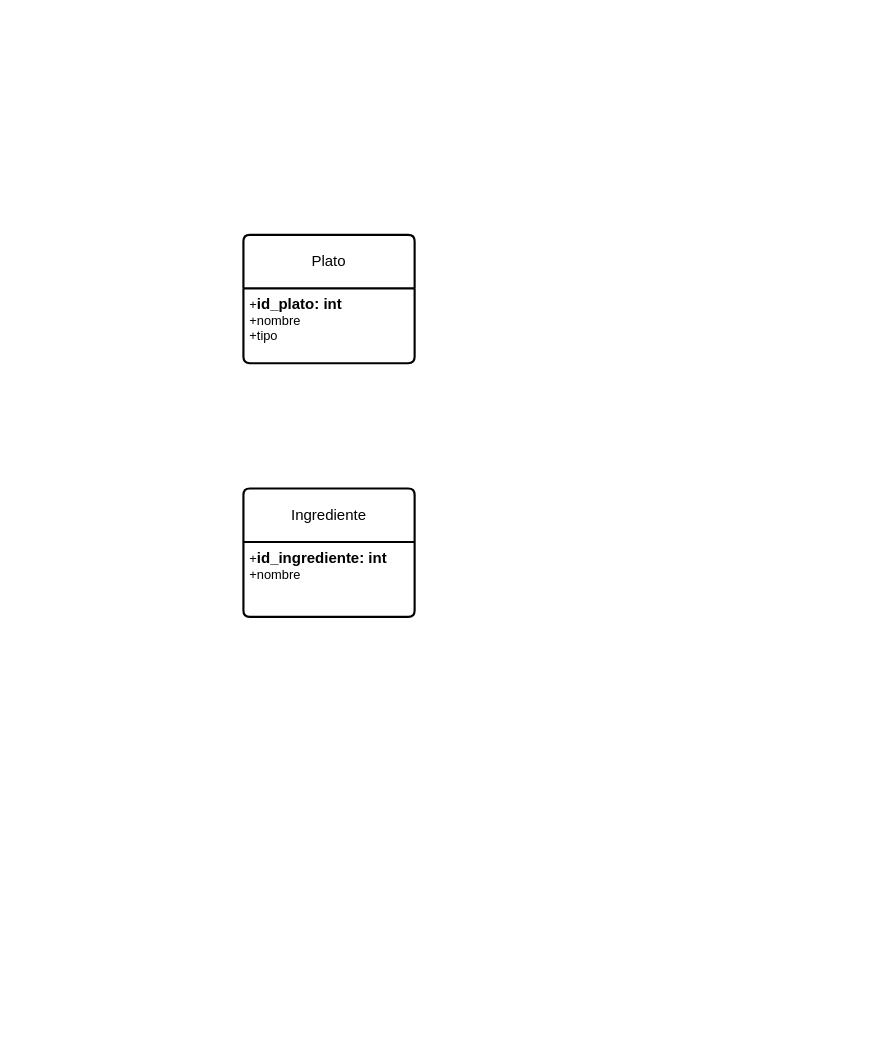
AsierGArranz/aga-sru-sa-t-UD12DiagramaER-11102023 keeps this draw.io diagram as ejercicio13.drawio. Above is the earlier version. Source tidied: cells renumbered, new cells numbered last; positions are measured from the earlier drawing's top-left corner, leaving out a move shared by most shapes. Both pictures are drawn from the tidied source at 107%, with x=0, y=0 at pixel (243, 234).
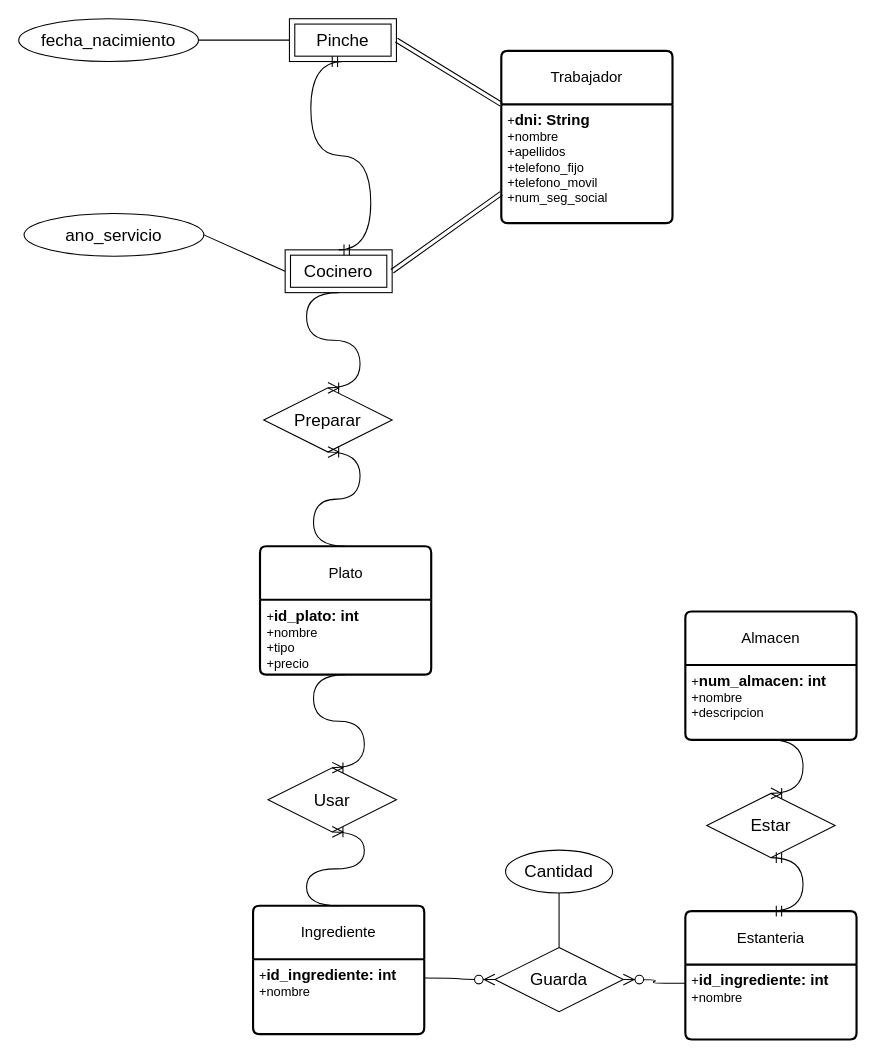
The same page after the edit.

The change refers to these unchanged cells:
```xml
<mxCell id="5" value="+&lt;b&gt;&lt;font style=&quot;font-size: 14px;&quot;&gt;id_ingrediente: int&lt;/font&gt;&lt;/b&gt;&lt;br&gt;+nombre" style="align=left;strokeColor=none;fillColor=none;spacingLeft=4;fontSize=12;verticalAlign=top;html=1;" parent="4" vertex="1">
  <mxGeometry y="50" width="160" height="70" as="geometry" />
</mxCell>
```

The edit, as a diff of the source:
```diff
@@
     <mxCell id="2" value="Plato" style="swimlane;horizontal=1;startSize=50;rounded=1;fontSize=14;fontStyle=0;strokeWidth=2;shadow=0;dashed=0;align=center;arcSize=4;whiteSpace=wrap;html=1;" parent="1" vertex="1">
-      <mxGeometry width="160" height="120" as="geometry" />
+      <mxGeometry x="15.5" y="291" width="160" height="120" as="geometry" />
     </mxCell>
-    <mxCell id="3" value="+&lt;b&gt;&lt;font style=&quot;font-size: 14px;&quot;&gt;id_plato: int&lt;/font&gt;&lt;/b&gt;&lt;br&gt;+nombre&lt;br&gt;+tipo" style="align=left;strokeColor=none;fillColor=none;spacingLeft=4;fontSize=12;verticalAlign=top;html=1;" parent="2" vertex="1">
+    <mxCell id="3" value="+&lt;b&gt;&lt;font style=&quot;font-size: 14px;&quot;&gt;id_plato: int&lt;/font&gt;&lt;/b&gt;&lt;br&gt;+nombre&lt;br&gt;+tipo&lt;br&gt;+precio" style="align=left;strokeColor=none;fillColor=none;spacingLeft=4;fontSize=12;verticalAlign=top;html=1;" parent="2" vertex="1">
       <mxGeometry y="50" width="160" height="70" as="geometry" />
     </mxCell>
     <mxCell id="4" value="Ingrediente" style="swimlane;horizontal=1;startSize=50;rounded=1;fontSize=14;fontStyle=0;strokeWidth=2;shadow=0;dashed=0;align=center;arcSize=4;whiteSpace=wrap;html=1;" parent="1" vertex="1">
-      <mxGeometry y="237" width="160" height="120" as="geometry" />
+      <mxGeometry x="9" y="627" width="160" height="120" as="geometry" />
     </mxCell>
@@
+    <mxCell id="6" value="Trabajador" style="swimlane;horizontal=1;startSize=50;rounded=1;fontSize=14;fontStyle=0;strokeWidth=2;shadow=0;dashed=0;align=center;arcSize=4;whiteSpace=wrap;html=1;" parent="1" vertex="1">
+      <mxGeometry x="241" y="-172" width="160" height="161" as="geometry" />
+    </mxCell>
+    <mxCell id="7" value="+&lt;b&gt;&lt;font style=&quot;font-size: 14px;&quot;&gt;dni: String&lt;/font&gt;&lt;/b&gt;&lt;br&gt;+nombre&lt;br&gt;+apellidos&lt;br&gt;+telefono_fijo&lt;br&gt;+telefono_movil&lt;br&gt;+num_seg_social" style="align=left;strokeColor=none;fillColor=none;spacingLeft=4;fontSize=12;verticalAlign=top;html=1;" parent="6" vertex="1">
+      <mxGeometry y="50" width="160" height="111" as="geometry" />
+    </mxCell>
+    <mxCell id="8" value="Cocinero" style="shape=ext;margin=3;double=1;whiteSpace=wrap;html=1;align=center;fontSize=16;" parent="1" vertex="1">
+      <mxGeometry x="39" y="14" width="100" height="40" as="geometry" />
+    </mxCell>
+    <mxCell id="9" value="Pinche" style="shape=ext;margin=3;double=1;whiteSpace=wrap;html=1;align=center;fontSize=16;" parent="1" vertex="1">
+      <mxGeometry x="43" y="-202" width="100" height="40" as="geometry" />
+    </mxCell>
+    <mxCell id="10" style="shape=link;html=1;rounded=0;fontSize=12;startSize=8;endSize=8;curved=1;entryX=0;entryY=0;entryDx=0;entryDy=0;exitX=1;exitY=0.5;exitDx=0;exitDy=0;" parent="1" edge="1" source="9" target="7">
+      <mxGeometry relative="1" as="geometry" />
+    </mxCell>
+    <mxCell id="11" style="shape=link;html=1;rounded=0;fontSize=12;startSize=8;endSize=8;curved=1;entryX=0;entryY=0.75;entryDx=0;entryDy=0;exitX=1;exitY=0.5;exitDx=0;exitDy=0;" parent="1" edge="1" source="8" target="7">
+      <mxGeometry relative="1" as="geometry" />
+    </mxCell>
+    <mxCell id="12" value="fecha_nacimiento" style="ellipse;whiteSpace=wrap;html=1;align=center;fontSize=16;" parent="1" vertex="1">
+      <mxGeometry x="-210" y="-202" width="168" height="40" as="geometry" />
+    </mxCell>
+    <mxCell id="13" value="ano_servicio" style="ellipse;whiteSpace=wrap;html=1;align=center;fontSize=16;" parent="1" vertex="1">
+      <mxGeometry x="-205" y="-20" width="168" height="40" as="geometry" />
+    </mxCell>
+    <mxCell id="14" style="endArrow=none;html=1;rounded=0;fontSize=12;startSize=8;endSize=8;curved=1;exitX=1;exitY=0.5;exitDx=0;exitDy=0;entryX=0;entryY=0.5;entryDx=0;entryDy=0;" parent="1" edge="1" source="12" target="9">
+      <mxGeometry relative="1" as="geometry" />
+    </mxCell>
+    <mxCell id="15" style="endArrow=none;html=1;rounded=0;fontSize=12;startSize=8;endSize=8;curved=1;exitX=1;exitY=0.5;exitDx=0;exitDy=0;entryX=0;entryY=0.5;entryDx=0;entryDy=0;" parent="1" edge="1" source="13" target="8">
+      <mxGeometry relative="1" as="geometry" />
+    </mxCell>
+    <mxCell id="16" value="Preparar" style="shape=rhombus;perimeter=rhombusPerimeter;whiteSpace=wrap;html=1;align=center;fontSize=16;" parent="1" vertex="1">
+      <mxGeometry x="19" y="143" width="120" height="60" as="geometry" />
+    </mxCell>
+    <mxCell id="17" style="edgeStyle=entityRelationEdgeStyle;fontSize=12;html=1;endArrow=ERmandOne;startArrow=ERmandOne;rounded=0;startSize=8;endSize=8;curved=1;entryX=0.5;entryY=1;entryDx=0;entryDy=0;exitX=0.5;exitY=0;exitDx=0;exitDy=0;" parent="1" edge="1" source="8" target="9">
+      <mxGeometry relative="1" as="geometry">
+        <Array as="points">
+          <mxPoint x="102" y="-79.5" />
+        </Array>
+      </mxGeometry>
+    </mxCell>
+    <mxCell id="18" style="edgeStyle=entityRelationEdgeStyle;fontSize=12;html=1;endArrow=ERoneToMany;rounded=0;startSize=8;endSize=8;curved=1;exitX=0.5;exitY=1;exitDx=0;exitDy=0;entryX=0.5;entryY=0;entryDx=0;entryDy=0;" parent="1" edge="1" source="8" target="16">
+      <mxGeometry relative="1" as="geometry" />
+    </mxCell>
+    <mxCell id="19" style="edgeStyle=entityRelationEdgeStyle;fontSize=12;html=1;endArrow=ERoneToMany;rounded=0;startSize=8;endSize=8;curved=1;exitX=0.5;exitY=0;exitDx=0;exitDy=0;entryX=0.5;entryY=1;entryDx=0;entryDy=0;" parent="1" edge="1" source="2" target="16">
+      <mxGeometry relative="1" as="geometry" />
+    </mxCell>
+    <mxCell id="20" value="Usar" style="shape=rhombus;perimeter=rhombusPerimeter;whiteSpace=wrap;html=1;align=center;fontSize=16;" parent="1" vertex="1">
+      <mxGeometry x="23" y="498" width="120" height="60" as="geometry" />
+    </mxCell>
+    <mxCell id="21" style="edgeStyle=entityRelationEdgeStyle;fontSize=12;html=1;endArrow=ERoneToMany;rounded=0;startSize=8;endSize=8;curved=1;exitX=0.5;exitY=1;exitDx=0;exitDy=0;entryX=0.5;entryY=0;entryDx=0;entryDy=0;" parent="1" edge="1" source="3" target="20">
+      <mxGeometry relative="1" as="geometry" />
+    </mxCell>
+    <mxCell id="22" style="edgeStyle=entityRelationEdgeStyle;fontSize=12;html=1;endArrow=ERoneToMany;rounded=0;startSize=8;endSize=8;curved=1;exitX=0.5;exitY=0;exitDx=0;exitDy=0;entryX=0.5;entryY=1;entryDx=0;entryDy=0;" parent="1" edge="1" source="4" target="20">
+      <mxGeometry relative="1" as="geometry" />
+    </mxCell>
+    <mxCell id="23" value="Estanteria" style="swimlane;horizontal=1;startSize=50;rounded=1;fontSize=14;fontStyle=0;strokeWidth=2;shadow=0;dashed=0;align=center;arcSize=4;whiteSpace=wrap;html=1;" parent="1" vertex="1">
+      <mxGeometry x="413" y="632" width="160" height="120" as="geometry" />
+    </mxCell>
+    <mxCell id="24" value="+&lt;b&gt;&lt;font style=&quot;font-size: 14px;&quot;&gt;id_ingrediente: int&lt;/font&gt;&lt;/b&gt;&lt;br&gt;+nombre" style="align=left;strokeColor=none;fillColor=none;spacingLeft=4;fontSize=12;verticalAlign=top;html=1;" parent="23" vertex="1">
+      <mxGeometry y="50" width="160" height="70" as="geometry" />
+    </mxCell>
+    <mxCell id="25" value="Guarda" style="shape=rhombus;perimeter=rhombusPerimeter;whiteSpace=wrap;html=1;align=center;fontSize=16;" parent="1" vertex="1">
+      <mxGeometry x="235" y="666" width="120" height="60" as="geometry" />
+    </mxCell>
+    <mxCell id="26" style="edgeStyle=entityRelationEdgeStyle;fontSize=12;html=1;endArrow=ERzeroToMany;endFill=1;rounded=0;startSize=8;endSize=8;curved=1;exitX=1;exitY=0.25;exitDx=0;exitDy=0;entryX=0;entryY=0.5;entryDx=0;entryDy=0;" parent="1" edge="1" source="5" target="25">
+      <mxGeometry relative="1" as="geometry" />
+    </mxCell>
+    <mxCell id="27" style="edgeStyle=entityRelationEdgeStyle;fontSize=12;html=1;endArrow=ERzeroToMany;endFill=1;rounded=0;startSize=8;endSize=8;curved=1;exitX=0;exitY=0.25;exitDx=0;exitDy=0;entryX=1;entryY=0.5;entryDx=0;entryDy=0;" parent="1" edge="1" source="24" target="25">
+      <mxGeometry relative="1" as="geometry" />
+    </mxCell>
+    <mxCell id="28" value="Cantidad" style="ellipse;whiteSpace=wrap;html=1;align=center;fontSize=16;" parent="1" vertex="1">
+      <mxGeometry x="245" y="575" width="100" height="40" as="geometry" />
+    </mxCell>
+    <mxCell id="29" style="endArrow=none;html=1;rounded=0;fontSize=12;startSize=8;endSize=8;curved=1;exitX=0.5;exitY=1;exitDx=0;exitDy=0;entryX=0.5;entryY=0;entryDx=0;entryDy=0;" parent="1" edge="1" source="28" target="25">
+      <mxGeometry relative="1" as="geometry" />
+    </mxCell>
+    <mxCell id="30" value="Almacen" style="swimlane;horizontal=1;startSize=50;rounded=1;fontSize=14;fontStyle=0;strokeWidth=2;shadow=0;dashed=0;align=center;arcSize=4;whiteSpace=wrap;html=1;" parent="1" vertex="1">
+      <mxGeometry x="413" y="352" width="160" height="120" as="geometry" />
+    </mxCell>
+    <mxCell id="31" value="+&lt;b&gt;&lt;font style=&quot;font-size: 14px;&quot;&gt;num_almacen: int&lt;/font&gt;&lt;/b&gt;&lt;br&gt;+nombre&lt;br&gt;+descripcion" style="align=left;strokeColor=none;fillColor=none;spacingLeft=4;fontSize=12;verticalAlign=top;html=1;" parent="30" vertex="1">
+      <mxGeometry y="50" width="160" height="70" as="geometry" />
+    </mxCell>
+    <mxCell id="32" value="Estar" style="shape=rhombus;perimeter=rhombusPerimeter;whiteSpace=wrap;html=1;align=center;fontSize=16;" parent="1" vertex="1">
+      <mxGeometry x="433" y="522" width="120" height="60" as="geometry" />
+    </mxCell>
+    <mxCell id="33" style="edgeStyle=entityRelationEdgeStyle;fontSize=12;html=1;endArrow=ERmandOne;startArrow=ERmandOne;rounded=0;startSize=8;endSize=8;curved=1;exitX=0.5;exitY=0;exitDx=0;exitDy=0;entryX=0.5;entryY=1;entryDx=0;entryDy=0;" parent="1" edge="1" source="23" target="32">
+      <mxGeometry relative="1" as="geometry" />
+    </mxCell>
+    <mxCell id="34" style="edgeStyle=entityRelationEdgeStyle;fontSize=12;html=1;endArrow=ERoneToMany;rounded=0;startSize=8;endSize=8;curved=1;entryX=0.5;entryY=0;entryDx=0;entryDy=0;exitX=0.5;exitY=1;exitDx=0;exitDy=0;" parent="1" edge="1" source="31" target="32">
+      <mxGeometry relative="1" as="geometry" />
+    </mxCell>
```
